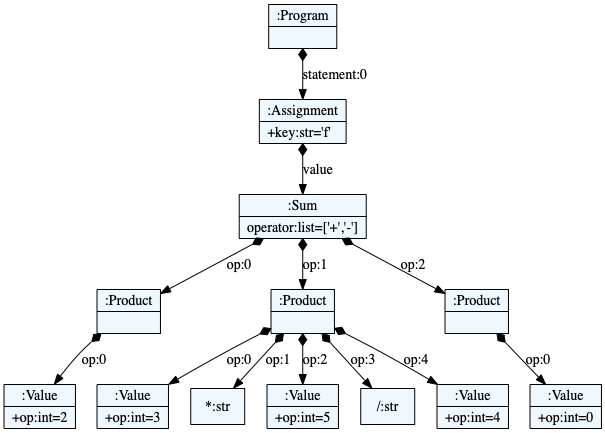
This is examples/test_ae2.dot.png from robinjack/dsl_for_data_analysis, a Graphviz export, as it was before one commit. Its source is kept beside it as examples/test_ae2.dot.
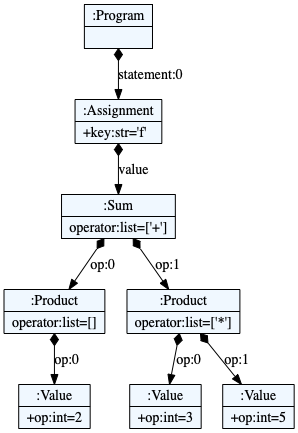
Later version of the same file.

The edit, as a diff of the source:
```diff
@@ -10,28 +10,20 @@
     edge[dir=black,arrowtail=empty]
 
 
-4648771984 -> 4648772240 [label="statement:0" arrowtail=diamond dir=both]
-4648772240 -> 4648772432 [label="value" arrowtail=diamond dir=both]
-4648772432 -> 4648772560 [label="op:0" arrowtail=diamond dir=both]
-4648772560 -> 4648772752 [label="op:0" arrowtail=diamond dir=both]
-4648772752[label="{:Value|+op:int=2\l}"]
-4648772560[label="{:Product|}"]
-4648772432 -> 4648772880 [label="op:1" arrowtail=diamond dir=both]
-4648772880 -> 4648772816 [label="op:0" arrowtail=diamond dir=both]
-4648772816[label="{:Value|+op:int=3\l}"]
-4648772880 -> "*:str" [label="op:1" arrowtail=diamond dir=both]
-4648772880 -> 4648773072 [label="op:2" arrowtail=diamond dir=both]
-4648773072[label="{:Value|+op:int=5\l}"]
-4648772880 -> "/:str" [label="op:3" arrowtail=diamond dir=both]
-4648772880 -> 4648773136 [label="op:4" arrowtail=diamond dir=both]
-4648773136[label="{:Value|+op:int=4\l}"]
-4648772880[label="{:Product|}"]
-4648772432 -> 4648772688 [label="op:2" arrowtail=diamond dir=both]
-4648772688 -> 4648773264 [label="op:0" arrowtail=diamond dir=both]
-4648773264[label="{:Value|+op:int=0\l}"]
-4648772688[label="{:Product|}"]
-4648772432[label="{:Sum|operator:list=['+','-']\l}"]
-4648772240[label="{:Assignment|+key:str='f'\l}"]
-4648771984[label="{:Program|}"]
+4604390672 -> 4604388432 [label="statement:0" arrowtail=diamond dir=both]
+4604388432 -> 4604470864 [label="value" arrowtail=diamond dir=both]
+4604470864 -> 4604471120 [label="op:0" arrowtail=diamond dir=both]
+4604471120 -> 4604470544 [label="op:0" arrowtail=diamond dir=both]
+4604470544[label="{:Value|+op:int=2\l}"]
+4604471120[label="{:Product|operator:list=[]\l}"]
+4604470864 -> 4604472464 [label="op:1" arrowtail=diamond dir=both]
+4604472464 -> 4604472400 [label="op:0" arrowtail=diamond dir=both]
+4604472400[label="{:Value|+op:int=3\l}"]
+4604472464 -> 4604470736 [label="op:1" arrowtail=diamond dir=both]
+4604470736[label="{:Value|+op:int=5\l}"]
+4604472464[label="{:Product|operator:list=['*']\l}"]
+4604470864[label="{:Sum|operator:list=['+']\l}"]
+4604388432[label="{:Assignment|+key:str='f'\l}"]
+4604390672[label="{:Program|}"]
 
 }
```
